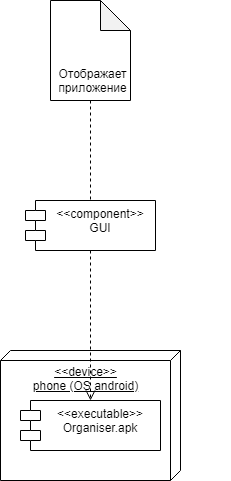
This is Documents/Diagrams/Component and Deployment diagram.png from GoodCake-A/TitpoGreatLab, a draw.io export, as it was before one commit. Source tidied: cells renumbered, new cells last; positions are measured from the earlier drawing's top-left corner, leaving out a move shared by most shapes.
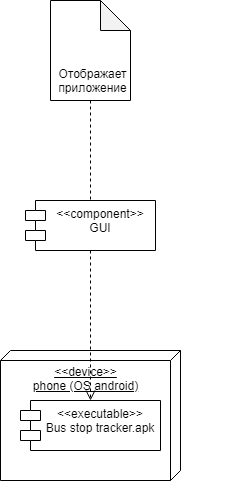
Later version of the same file.

The edit, as a diff of the source:
```diff
@@ -11,7 +11,7 @@
     <mxCell id="4" value="&lt;&lt;component&gt;&gt;&#10;GUI" style="shape=module;align=left;spacingLeft=20;align=center;verticalAlign=top;" parent="1" vertex="1">
       <mxGeometry x="25" y="200" width="130" height="50" as="geometry" />
     </mxCell>
-    <mxCell id="5" value="&lt;&lt;executable&gt;&gt;&#10;Organiser.apk" style="shape=module;align=left;spacingLeft=20;align=center;verticalAlign=top;" parent="1" vertex="1">
+    <mxCell id="5" value="&lt;&lt;executable&gt;&gt;&#10;Bus stop tracker.apk" style="shape=module;align=left;spacingLeft=20;align=center;verticalAlign=top;" parent="1" vertex="1">
       <mxGeometry x="20" y="400" width="140" height="50" as="geometry" />
     </mxCell>
     <mxCell id="6" value="return" style="html=1;verticalAlign=bottom;endArrow=open;dashed=1;endSize=8;exitX=0.5;exitY=1;exitDx=0;exitDy=0;entryX=0.5;entryY=0;entryDx=0;entryDy=0;" parent="1" edge="1" source="4" target="5">
```
